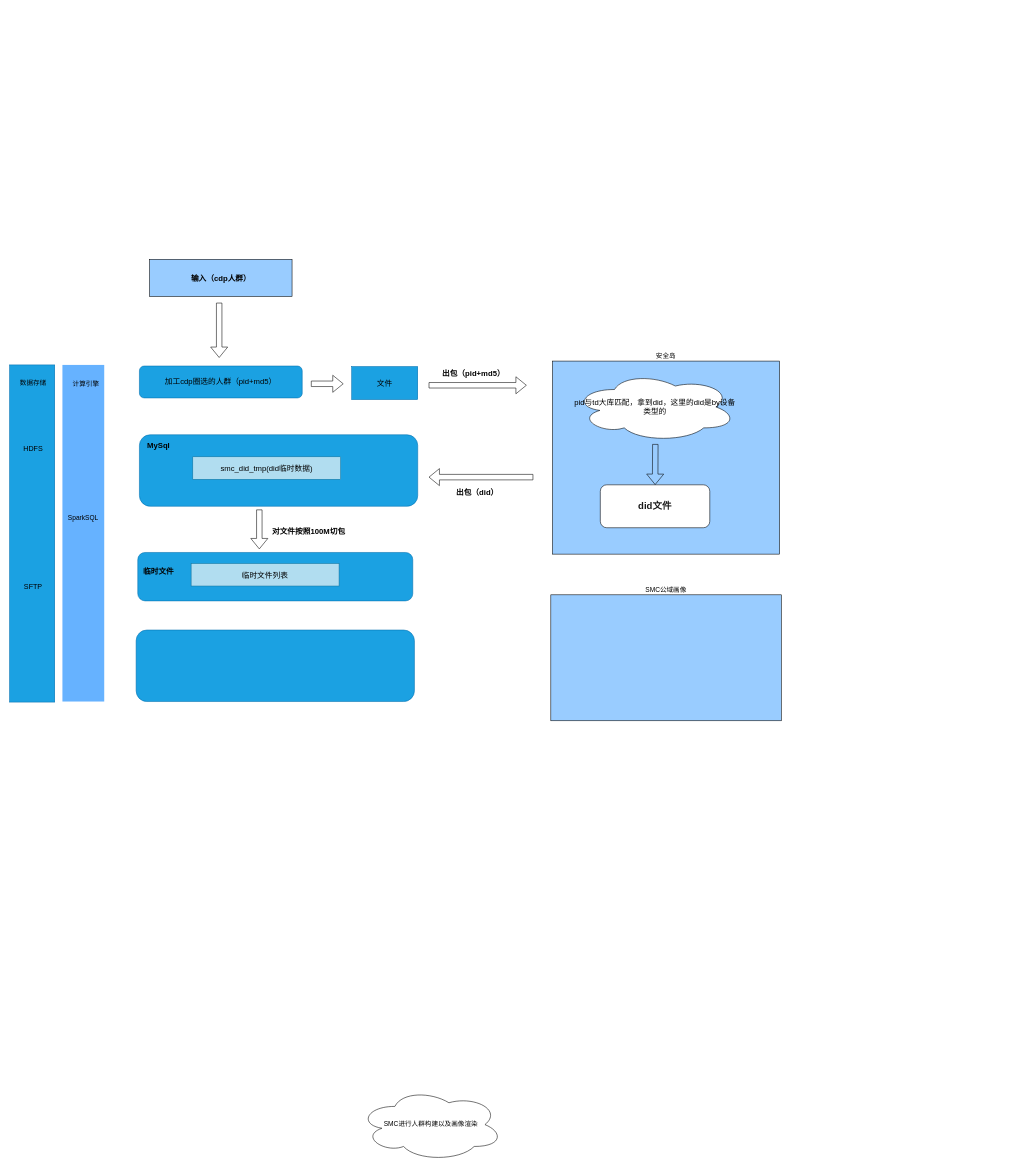
This is 安全岛SMC.drawio from DThadch/draw, a draw.io file, before an edit. Source tidied: cells renumbered, new cells numbered last; positions are measured from the earlier drawing's top-left corner, leaving out a move shared by most shapes. Both pictures are drawn from the tidied source at 55%, with x=0, y=0 at pixel (9, 259).
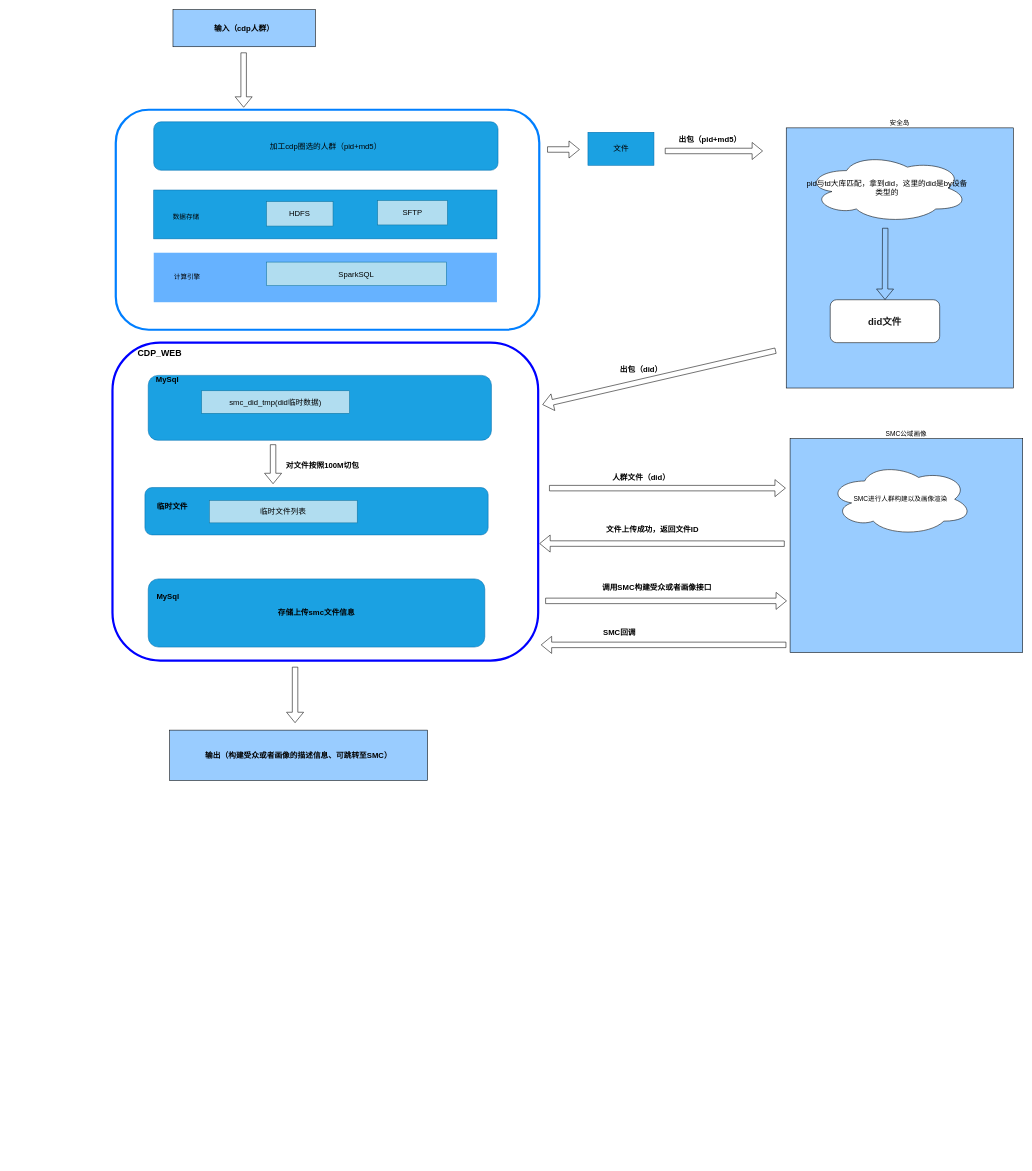
Above is the later version.

Commit message (it also covers changes not shown here):
更新安全岛SMC.drawio

Diff of the diagram source:
```diff
@@
     <mxCell id="2" value="安全岛" style="rounded=0;whiteSpace=wrap;html=1;labelPosition=center;verticalLabelPosition=top;align=center;verticalAlign=bottom;fillColor=#99CCFF;" parent="1" vertex="1">
-      <mxGeometry x="987" y="185" width="413" height="351" as="geometry" />
+      <mxGeometry x="1412" y="-239" width="413" height="473" as="geometry" />
     </mxCell>
     <mxCell id="3" value="出包（pid+md5）" style="text;html=1;strokeColor=none;fillColor=none;align=center;verticalAlign=middle;whiteSpace=wrap;rounded=0;fontStyle=1;fontSize=14;" parent="1" vertex="1">
-      <mxGeometry x="772" y="194" width="143" height="28" as="geometry" />
+      <mxGeometry x="1201.5" y="-232" width="143" height="28" as="geometry" />
     </mxCell>
     <mxCell id="4" value="&lt;font style=&quot;font-size: 14px;&quot;&gt;pid与td大库匹配，拿到did，这里的did是by设备类型的&lt;/font&gt;" style="ellipse;shape=cloud;whiteSpace=wrap;html=1;" parent="1" vertex="1">
-      <mxGeometry x="1026" y="205" width="295" height="126.8" as="geometry" />
+      <mxGeometry x="1448" y="-193" width="295" height="126.8" as="geometry" />
     </mxCell>
     <mxCell id="5" value="&lt;p style=&quot;border-color: var(--border-color); margin: 0px; line-height: 12px;&quot; align=&quot;center&quot;&gt;&lt;font face=&quot;Microsoft YaHei&quot; color=&quot;#191919&quot;&gt;&lt;span style=&quot;font-size: 17.3333px;&quot;&gt;&lt;b&gt;did文件&lt;/b&gt;&lt;/span&gt;&lt;/font&gt;&lt;/p&gt;" style="rounded=1;whiteSpace=wrap;html=1;" parent="1" vertex="1">
-      <mxGeometry x="1074" y="410" width="199" height="78" as="geometry" />
+      <mxGeometry x="1492" y="73.5" width="199" height="78" as="geometry" />
     </mxCell>
     <mxCell id="6" style="shape=flexArrow;endArrow=classic;html=1;rounded=0;" parent="1" edge="1" target="5">
       <mxGeometry relative="1" as="geometry">
-        <mxPoint x="1174" y="336" as="sourcePoint" />
+        <mxPoint x="1592" y="-57" as="sourcePoint" />
       </mxGeometry>
     </mxCell>
-    <mxCell id="7" style="shape=flexArrow;endArrow=classic;html=1;rounded=0;" parent="1" edge="1">
+    <mxCell id="7" style="shape=flexArrow;endArrow=classic;html=1;rounded=0;entryX=1.01;entryY=0.195;entryDx=0;entryDy=0;entryPerimeter=0;" parent="1" edge="1" target="40">
       <mxGeometry relative="1" as="geometry">
-        <mxPoint x="952" y="396" as="sourcePoint" />
-        <mxPoint x="762" y="396" as="targetPoint" />
+        <mxPoint x="1393" y="166" as="sourcePoint" />
       </mxGeometry>
     </mxCell>
     <mxCell id="8" value="出包（did）" style="text;html=1;strokeColor=none;fillColor=none;align=center;verticalAlign=middle;whiteSpace=wrap;rounded=0;fontStyle=1;fontSize=14;" parent="1" vertex="1">
-      <mxGeometry x="779" y="410" width="143" height="28" as="geometry" />
+      <mxGeometry x="1077" y="186" width="143" height="28" as="geometry" />
     </mxCell>
     <mxCell id="9" value="SMC公域画像" style="rounded=0;whiteSpace=wrap;html=1;labelPosition=center;verticalLabelPosition=top;align=center;verticalAlign=bottom;fillColor=#99CCFF;" parent="1" vertex="1">
-      <mxGeometry x="984" y="610" width="419" height="229" as="geometry" />
+      <mxGeometry x="1419" y="326" width="423" height="389" as="geometry" />
     </mxCell>
     <mxCell id="10" value="SMC进行人群构建以及画像渲染" style="ellipse;shape=cloud;whiteSpace=wrap;html=1;" parent="1" vertex="1">
-      <mxGeometry x="635" y="1507" width="262" height="132.5" as="geometry" />
+      <mxGeometry x="1489" y="370" width="262" height="132.5" as="geometry" />
     </mxCell>
     <mxCell id="11" style="rounded=0;whiteSpace=wrap;html=1;fontSize=15;fontColor=#ffffff;fillColor=#1ba1e2;labelBackgroundColor=#33FFFF;strokeColor=#006EAF;" parent="1" vertex="1">
-      <mxGeometry y="192" width="82" height="613" as="geometry" />
+      <mxGeometry x="262" y="-126" width="624" height="88.8" as="geometry" />
     </mxCell>
     <mxCell id="12" value="&lt;font color=&quot;#000000&quot; style=&quot;font-size: 12px;&quot;&gt;数据存储&lt;/font&gt;" style="text;html=1;strokeColor=none;fillColor=none;align=center;verticalAlign=middle;whiteSpace=wrap;rounded=0;fontSize=12;fontColor=#FFFFFF;" parent="1" vertex="1">
-      <mxGeometry x="12.5" y="210" width="60" height="30" as="geometry" />
+      <mxGeometry x="291" y="-92.5" width="60" height="30" as="geometry" />
     </mxCell>
-    <mxCell id="13" value="HDFS" style="text;html=1;strokeColor=none;fillColor=none;align=center;verticalAlign=middle;whiteSpace=wrap;rounded=0;labelBackgroundColor=none;fontSize=13;fontColor=#000000;" parent="1" vertex="1">
-      <mxGeometry x="12.5" y="329" width="60" height="30" as="geometry" />
-    </mxCell>
     <mxCell id="14" style="rounded=0;whiteSpace=wrap;html=1;fontSize=15;fontColor=#FFFFFF;fillColor=#66B2FF;labelBackgroundColor=#33FFFF;strokeColor=none;" parent="1" vertex="1">
-      <mxGeometry x="96" y="192" width="76" height="612" as="geometry" />
+      <mxGeometry x="262" y="-12" width="624" height="90" as="geometry" />
     </mxCell>
     <mxCell id="15" value="&lt;font color=&quot;#000000&quot; style=&quot;font-size: 12px;&quot;&gt;计算引擎&lt;/font&gt;" style="text;html=1;strokeColor=none;fillColor=none;align=center;verticalAlign=middle;whiteSpace=wrap;rounded=0;fontSize=12;fontColor=#FFFFFF;" parent="1" vertex="1">
-      <mxGeometry x="109" y="212" width="60" height="30" as="geometry" />
+      <mxGeometry x="293" y="18" width="60" height="30" as="geometry" />
     </mxCell>
-    <mxCell id="16" value="SparkSQL" style="text;html=1;strokeColor=none;fillColor=none;align=center;verticalAlign=middle;whiteSpace=wrap;rounded=0;labelBackgroundColor=none;fontSize=12;fontColor=#000000;" parent="1" vertex="1">
-      <mxGeometry x="104" y="455" width="60" height="30" as="geometry" />
-    </mxCell>
-    <mxCell id="17" value="SFTP" style="text;html=1;strokeColor=none;fillColor=none;align=center;verticalAlign=middle;whiteSpace=wrap;rounded=0;labelBackgroundColor=none;fontSize=13;fontColor=#000000;" parent="1" vertex="1">
-      <mxGeometry x="12.5" y="580" width="60" height="30" as="geometry" />
-    </mxCell>
     <mxCell id="18" value="输入（cdp人群）" style="rounded=0;whiteSpace=wrap;html=1;fillColor=#99CCFF;fontSize=14;fontStyle=1;" parent="1" vertex="1">
-      <mxGeometry x="254.5" width="259" height="67.5" as="geometry" />
+      <mxGeometry x="297" y="-454" width="259" height="67.5" as="geometry" />
     </mxCell>
     <mxCell id="19" value="加工cdp圈选的人群（pid+md5）" style="rounded=1;whiteSpace=wrap;html=1;fillColor=#1ba1e2;strokeColor=#006EAF;fontColor=#000000;fontSize=14;" parent="1" vertex="1">
-      <mxGeometry x="236" y="194" width="296" height="58" as="geometry" />
+      <mxGeometry x="262" y="-250" width="626" height="88" as="geometry" />
     </mxCell>
     <mxCell id="20" value="文件" style="rounded=0;whiteSpace=wrap;html=1;fillColor=#1ba1e2;fontColor=#000000;strokeColor=#006EAF;fontSize=14;" parent="1" vertex="1">
-      <mxGeometry x="622" y="195" width="120" height="60" as="geometry" />
+      <mxGeometry x="1051.5" y="-231" width="120" height="60" as="geometry" />
     </mxCell>
     <mxCell id="21" style="shape=flexArrow;endArrow=classic;html=1;rounded=0;" parent="1" edge="1">
       <mxGeometry relative="1" as="geometry">
-        <mxPoint x="548" y="226.3" as="sourcePoint" />
-        <mxPoint x="607" y="226.3" as="targetPoint" />
+        <mxPoint x="977.5" y="-199.7" as="sourcePoint" />
+        <mxPoint x="1036.5" y="-199.7" as="targetPoint" />
       </mxGeometry>
     </mxCell>
     <mxCell id="22" style="shape=flexArrow;endArrow=classic;html=1;rounded=0;" parent="1" edge="1">
       <mxGeometry relative="1" as="geometry">
-        <mxPoint x="381" y="79" as="sourcePoint" />
-        <mxPoint x="381" y="179" as="targetPoint" />
+        <mxPoint x="425.5" y="-376" as="sourcePoint" />
+        <mxPoint x="425.5" y="-276" as="targetPoint" />
       </mxGeometry>
     </mxCell>
     <mxCell id="23" style="shape=flexArrow;endArrow=classic;html=1;rounded=0;" parent="1" edge="1">
       <mxGeometry relative="1" as="geometry">
-        <mxPoint x="762" y="229" as="sourcePoint" />
-        <mxPoint x="940" y="229" as="targetPoint" />
+        <mxPoint x="1191.5" y="-197" as="sourcePoint" />
+        <mxPoint x="1369.5" y="-197" as="targetPoint" />
       </mxGeometry>
     </mxCell>
     <mxCell id="24" style="rounded=1;whiteSpace=wrap;html=1;fillColor=#1ba1e2;strokeColor=#006EAF;fontColor=#ffffff;fontSize=14;" parent="1" vertex="1">
-      <mxGeometry x="236" y="319" width="506" height="130" as="geometry" />
+      <mxGeometry x="252" y="211" width="624" height="118" as="geometry" />
     </mxCell>
     <mxCell id="25" value="MySql" style="text;html=1;strokeColor=none;fillColor=none;align=center;verticalAlign=middle;whiteSpace=wrap;rounded=0;fontStyle=1;fontSize=14;" parent="1" vertex="1">
-      <mxGeometry x="241" y="324" width="60" height="30" as="geometry" />
+      <mxGeometry x="257" y="204" width="60" height="30" as="geometry" />
     </mxCell>
     <mxCell id="26" value="smc_did_tmp(did临时数据)" style="rounded=0;whiteSpace=wrap;html=1;fillColor=#b1ddf0;strokeColor=#10739e;fontSize=14;" parent="1" vertex="1">
-      <mxGeometry x="333" y="359" width="269" height="41" as="geometry" />
+      <mxGeometry x="349" y="239" width="269" height="41" as="geometry" />
     </mxCell>
     <mxCell id="27" style="rounded=1;whiteSpace=wrap;html=1;fillColor=#1ba1e2;strokeColor=#006EAF;fontColor=#ffffff;fontSize=14;" parent="1" vertex="1">
-      <mxGeometry x="233" y="533" width="500" height="88" as="geometry" />
+      <mxGeometry x="246" y="415" width="624" height="86" as="geometry" />
     </mxCell>
     <mxCell id="28" value="临时文件" style="text;html=1;strokeColor=none;fillColor=none;align=center;verticalAlign=middle;whiteSpace=wrap;rounded=0;fontStyle=1;fontSize=14;" parent="1" vertex="1">
-      <mxGeometry x="241" y="553" width="60" height="30" as="geometry" />
+      <mxGeometry x="266" y="434.5" width="60" height="30" as="geometry" />
     </mxCell>
     <mxCell id="29" value="临时文件列表" style="rounded=0;whiteSpace=wrap;html=1;fillColor=#b1ddf0;strokeColor=#10739e;fontSize=14;" parent="1" vertex="1">
-      <mxGeometry x="330" y="553" width="269" height="41" as="geometry" />
+      <mxGeometry x="363" y="438.2" width="269" height="41" as="geometry" />
     </mxCell>
     <mxCell id="30" style="shape=flexArrow;endArrow=classic;html=1;rounded=0;" parent="1" edge="1">
       <mxGeometry relative="1" as="geometry">
-        <mxPoint x="454" y="455" as="sourcePoint" />
-        <mxPoint x="454" y="527" as="targetPoint" />
+        <mxPoint x="479" y="336.5" as="sourcePoint" />
+        <mxPoint x="479" y="408.5" as="targetPoint" />
       </mxGeometry>
     </mxCell>
     <mxCell id="31" value="对文件按照100M切包" style="text;html=1;strokeColor=none;fillColor=none;align=center;verticalAlign=middle;whiteSpace=wrap;rounded=0;fontSize=14;fontStyle=1;" parent="1" vertex="1">
-      <mxGeometry x="471" y="480" width="146" height="27" as="geometry" />
+      <mxGeometry x="496" y="361.5" width="146" height="27" as="geometry" />
     </mxCell>
-    <mxCell id="32" style="rounded=1;whiteSpace=wrap;html=1;fillColor=#1ba1e2;strokeColor=#006EAF;fontColor=#ffffff;fontSize=14;" parent="1" vertex="1">
-      <mxGeometry x="230" y="674" width="506" height="130" as="geometry" />
-    </mxCell>
+    <mxCell id="33" style="shape=flexArrow;endArrow=classic;html=1;rounded=0;" parent="1" edge="1">
+      <mxGeometry relative="1" as="geometry">
+        <mxPoint x="981" y="416" as="sourcePoint" />
+        <mxPoint x="1411" y="416" as="targetPoint" />
+      </mxGeometry>
+    </mxCell>
+    <mxCell id="34" value="人群文件（did）" style="text;html=1;strokeColor=none;fillColor=none;align=center;verticalAlign=middle;whiteSpace=wrap;rounded=0;fontStyle=1;fontSize=14;" parent="1" vertex="1">
+      <mxGeometry x="1077" y="383" width="143" height="28" as="geometry" />
+    </mxCell>
+    <mxCell id="16" value="SparkSQL" style="rounded=0;whiteSpace=wrap;html=1;fillColor=#b1ddf0;strokeColor=#10739e;fontSize=14;" parent="1" vertex="1">
+      <mxGeometry x="467" y="5" width="327" height="43" as="geometry" />
+    </mxCell>
+    <mxCell id="13" value="HDFS" style="rounded=0;whiteSpace=wrap;html=1;fillColor=#b1ddf0;strokeColor=#10739e;fontSize=14;" parent="1" vertex="1">
+      <mxGeometry x="467" y="-105" width="121" height="44.5" as="geometry" />
+    </mxCell>
+    <mxCell id="17" value="SFTP" style="rounded=0;whiteSpace=wrap;html=1;fillColor=#b1ddf0;strokeColor=#10739e;fontSize=14;" parent="1" vertex="1">
+      <mxGeometry x="669" y="-107" width="127" height="44.5" as="geometry" />
+    </mxCell>
+    <mxCell id="35" style="rounded=1;whiteSpace=wrap;html=1;strokeColor=#007FFF;strokeWidth=4;fillColor=none;" parent="1" vertex="1">
+      <mxGeometry x="193" y="-272" width="770" height="400" as="geometry" />
+    </mxCell>
+    <mxCell id="36" value="&lt;b&gt;存储上传smc文件信息&lt;/b&gt;" style="rounded=1;whiteSpace=wrap;html=1;fillColor=#1ba1e2;strokeColor=#006EAF;fontColor=#000000;fontSize=14;" parent="1" vertex="1">
+      <mxGeometry x="252" y="581" width="612" height="124" as="geometry" />
+    </mxCell>
+    <mxCell id="37" style="shape=flexArrow;endArrow=classic;html=1;rounded=0;entryX=1.003;entryY=0.632;entryDx=0;entryDy=0;entryPerimeter=0;" parent="1" edge="1" target="40">
+      <mxGeometry relative="1" as="geometry">
+        <mxPoint x="1409" y="517" as="sourcePoint" />
+      </mxGeometry>
+    </mxCell>
+    <mxCell id="38" value="文件上传成功，返回文件ID" style="text;html=1;strokeColor=none;fillColor=none;align=center;verticalAlign=middle;whiteSpace=wrap;rounded=0;fontSize=14;fontStyle=1;" parent="1" vertex="1">
+      <mxGeometry x="1074" y="476" width="190" height="30" as="geometry" />
+    </mxCell>
+    <mxCell id="39" value="MySql" style="text;html=1;strokeColor=none;fillColor=none;align=center;verticalAlign=middle;whiteSpace=wrap;rounded=0;fontStyle=1;fontSize=14;" parent="1" vertex="1">
+      <mxGeometry x="258" y="598" width="60" height="30" as="geometry" />
+    </mxCell>
+    <mxCell id="40" style="rounded=1;whiteSpace=wrap;html=1;strokeColor=#0000FF;strokeWidth=4;fillColor=none;" parent="1" vertex="1">
+      <mxGeometry x="187" y="151.5" width="774" height="578" as="geometry" />
+    </mxCell>
+    <mxCell id="41" value="CDP_WEB" style="text;html=1;strokeColor=none;fillColor=none;align=center;verticalAlign=middle;whiteSpace=wrap;rounded=0;fontStyle=1;fontSize=16;" parent="1" vertex="1">
+      <mxGeometry x="243" y="156" width="60" height="30" as="geometry" />
+    </mxCell>
+    <mxCell id="42" style="shape=flexArrow;endArrow=classic;html=1;rounded=0;" parent="1" edge="1">
+      <mxGeometry relative="1" as="geometry">
+        <mxPoint x="974" y="621" as="sourcePoint" />
+        <mxPoint x="1413" y="621" as="targetPoint" />
+      </mxGeometry>
+    </mxCell>
+    <mxCell id="43" value="调用SMC构建受众或者画像接口" style="text;html=1;strokeColor=none;fillColor=none;align=center;verticalAlign=middle;whiteSpace=wrap;rounded=0;fontStyle=1;fontSize=14;" parent="1" vertex="1">
+      <mxGeometry x="1069" y="581" width="216" height="30" as="geometry" />
+    </mxCell>
+    <mxCell id="44" value="输出（构建受众或者画像的描述信息、可跳转至SMC）" style="rounded=0;whiteSpace=wrap;html=1;fillColor=#99CCFF;fontSize=14;fontStyle=1;" parent="1" vertex="1">
+      <mxGeometry x="291" y="856" width="469" height="91.5" as="geometry" />
+    </mxCell>
+    <mxCell id="45" style="shape=flexArrow;endArrow=classic;html=1;rounded=0;entryX=1.003;entryY=0.632;entryDx=0;entryDy=0;entryPerimeter=0;" parent="1" edge="1">
+      <mxGeometry relative="1" as="geometry">
+        <mxPoint x="1412" y="701" as="sourcePoint" />
+        <mxPoint x="966" y="701" as="targetPoint" />
+      </mxGeometry>
+    </mxCell>
+    <mxCell id="46" value="SMC回调" style="text;html=1;strokeColor=none;fillColor=none;align=center;verticalAlign=middle;whiteSpace=wrap;rounded=0;fontStyle=1;fontSize=14;" parent="1" vertex="1">
+      <mxGeometry x="1057" y="664" width="104" height="30" as="geometry" />
+    </mxCell>
+    <mxCell id="47" style="shape=flexArrow;endArrow=classic;html=1;rounded=0;" parent="1" edge="1">
+      <mxGeometry relative="1" as="geometry">
+        <mxPoint x="519" y="741" as="sourcePoint" />
+        <mxPoint x="519" y="843" as="targetPoint" />
+      </mxGeometry>
+    </mxCell>
```
